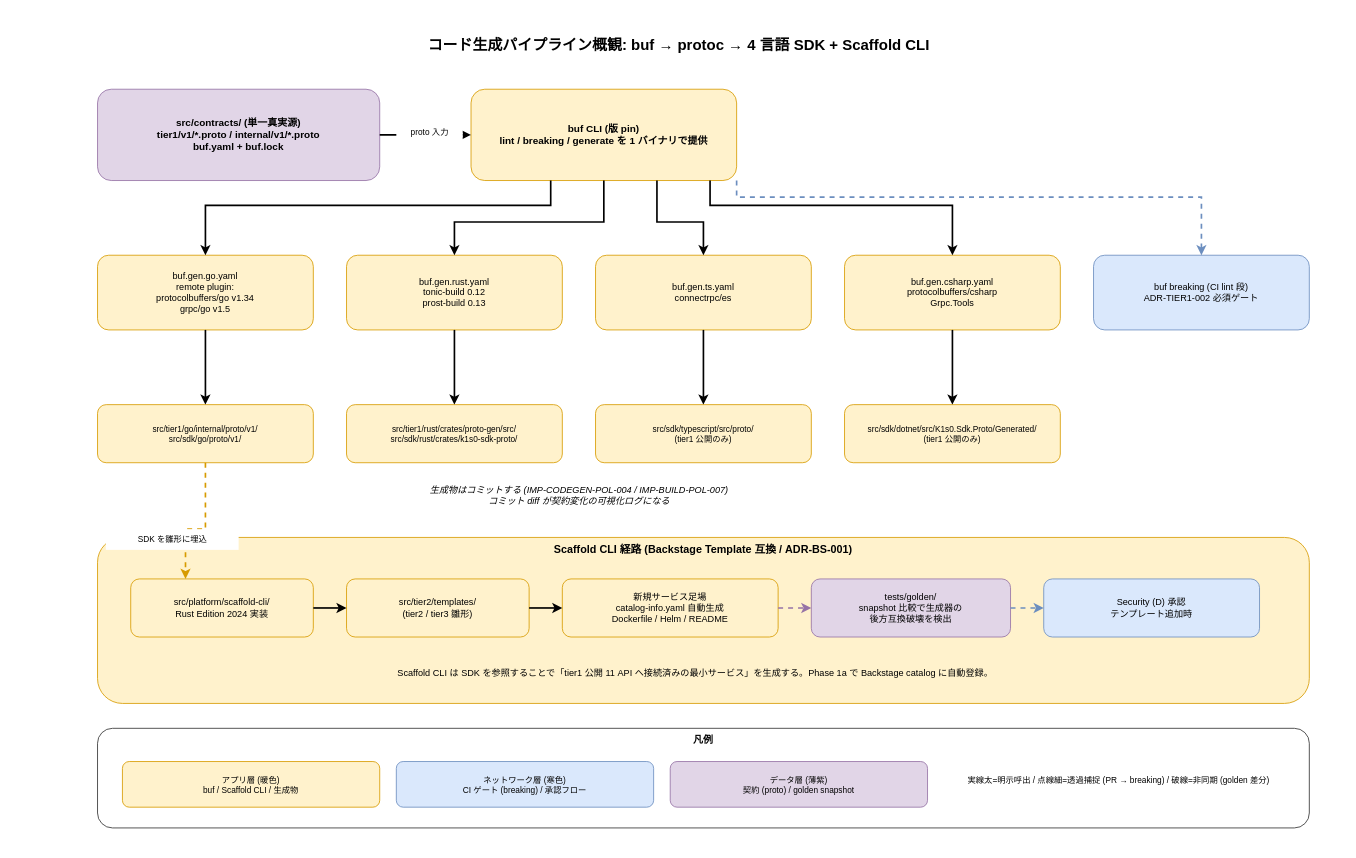
This is docs/05_実装/20_コード生成設計/img/20_コード生成パイプライン概観.drawio from RyuheiKiso/k1s0, a draw.io file, before an edit. Source tidied: cells renumbered, new cells numbered last; positions are measured from the earlier drawing's top-left corner, leaving out a move shared by most shapes. Both pictures are drawn from the tidied source at 83%, with x=0, y=0 at pixel (14, 14).
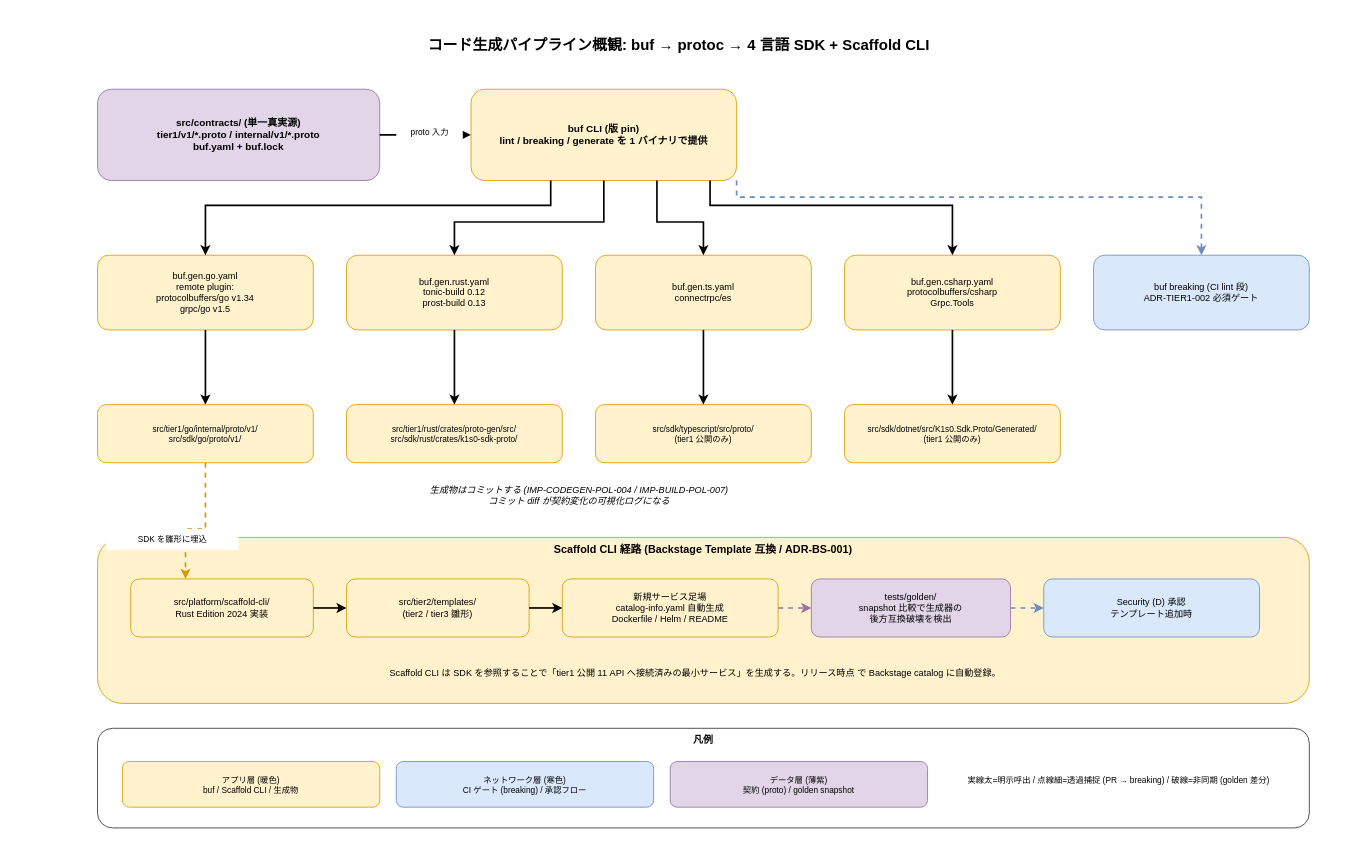
Above is the later version.

Diff of the diagram source:
```diff
@@
-    <mxCell id="22" value="Scaffold CLI は SDK を参照することで「tier1 公開 11 API へ接続済みの最小サービス」を生成する。Phase 1a で Backstage catalog に自動登録。" style="text;html=1;fontSize=11;align=center;" parent="1" vertex="1">
+    <mxCell id="22" value="Scaffold CLI は SDK を参照することで「tier1 公開 11 API へ接続済みの最小サービス」を生成する。リリース時点 で Backstage catalog に自動登録。" style="text;html=1;fontSize=11;align=center;" parent="1" vertex="1">
       <mxGeometry x="140" y="780" width="1360" height="40" as="geometry" />
     </mxCell>
```
